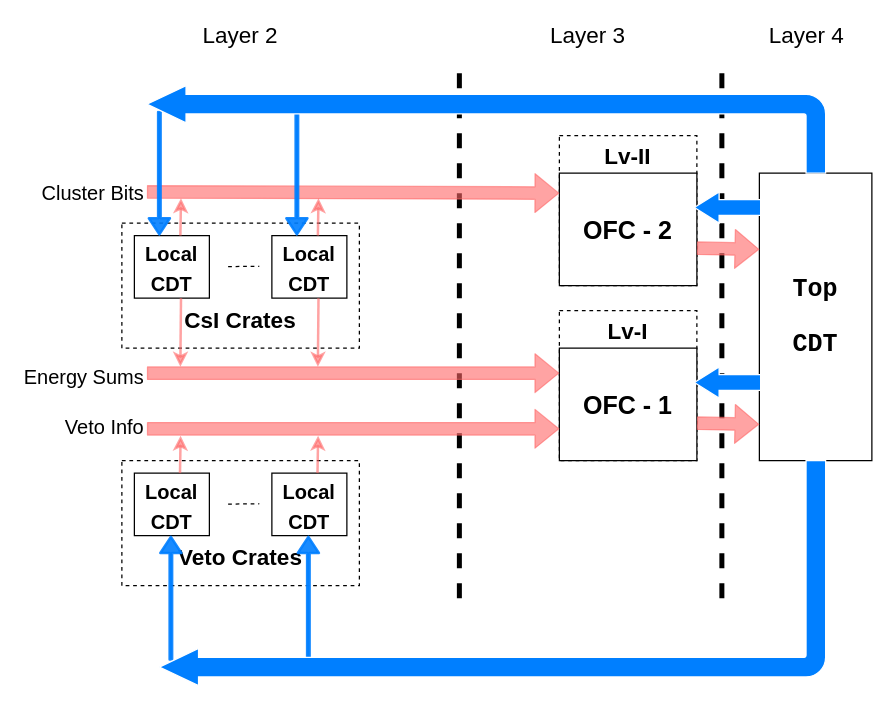
Above: DAQ_Trigger_System_View_Diagram.drawio in bai-ytluo/Chicago_Electronics (draw.io), before the change. Source tidied: cells renumbered, new cells numbered last; positions are measured from the earlier drawing's top-left corner, leaving out a move shared by most shapes. Both pictures are drawn from the tidied source at 125%, with x=0, y=0 at pixel (21, 22).
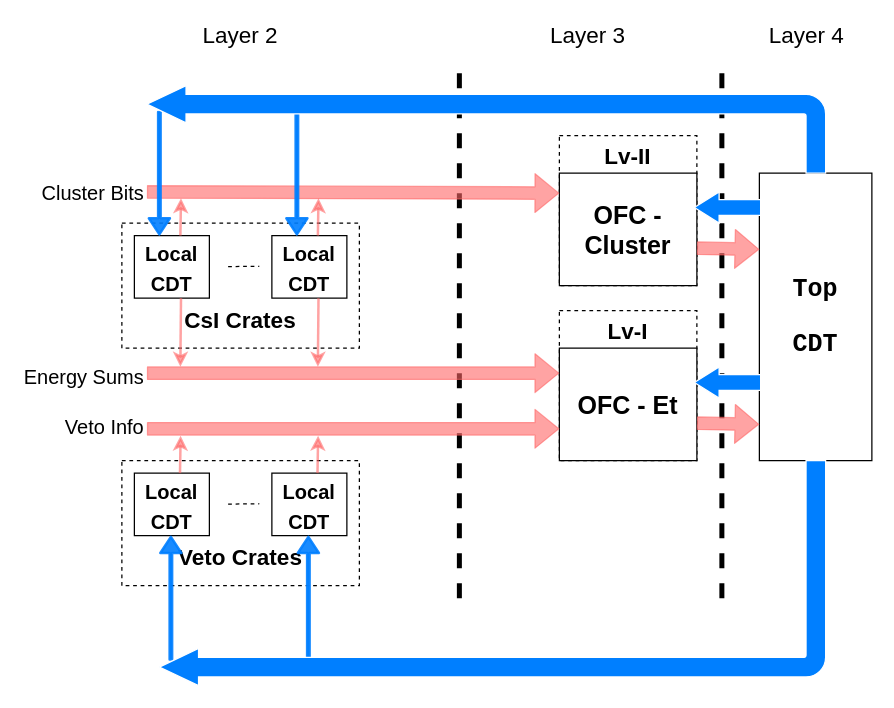
The same diagram, later.

Change to the diagram source:
```diff
@@
-    <mxCell id="7" value="&lt;p style=&quot;font-size: 20px&quot;&gt;OFC - 2&lt;/p&gt;" style="rounded=0;whiteSpace=wrap;html=1;fontStyle=1;" parent="1" vertex="1">
+    <mxCell id="7" value="&lt;p style=&quot;font-size: 20px&quot;&gt;OFC - Cluster&lt;/p&gt;" style="rounded=0;whiteSpace=wrap;html=1;fontStyle=1;" parent="1" vertex="1">
       <mxGeometry x="430" y="120" width="110" height="90" as="geometry" />
     </mxCell>
@@
-    <mxCell id="11" value="&lt;p style=&quot;font-size: 20px&quot;&gt;OFC - 1&lt;/p&gt;" style="rounded=0;whiteSpace=wrap;html=1;fontStyle=1;" parent="1" vertex="1">
+    <mxCell id="11" value="&lt;p style=&quot;font-size: 20px&quot;&gt;OFC - Et&lt;/p&gt;" style="rounded=0;whiteSpace=wrap;html=1;fontStyle=1;" parent="1" vertex="1">
       <mxGeometry x="430" y="260" width="110" height="90" as="geometry" />
     </mxCell>
```
